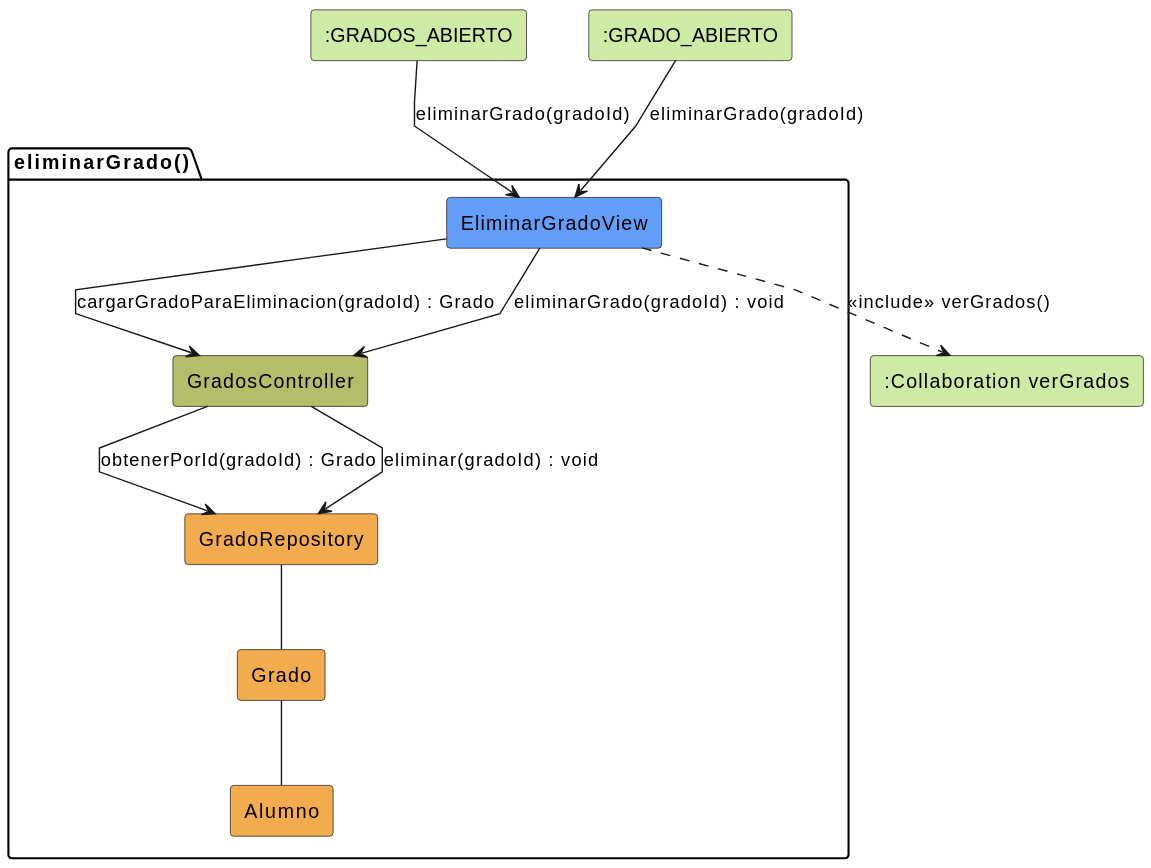
This is images/analisis/eliminarGrado/colaboracion.svg from martinlopez7/25-26-idsw2-sdVC, a PlantUML export, as it was before one commit.
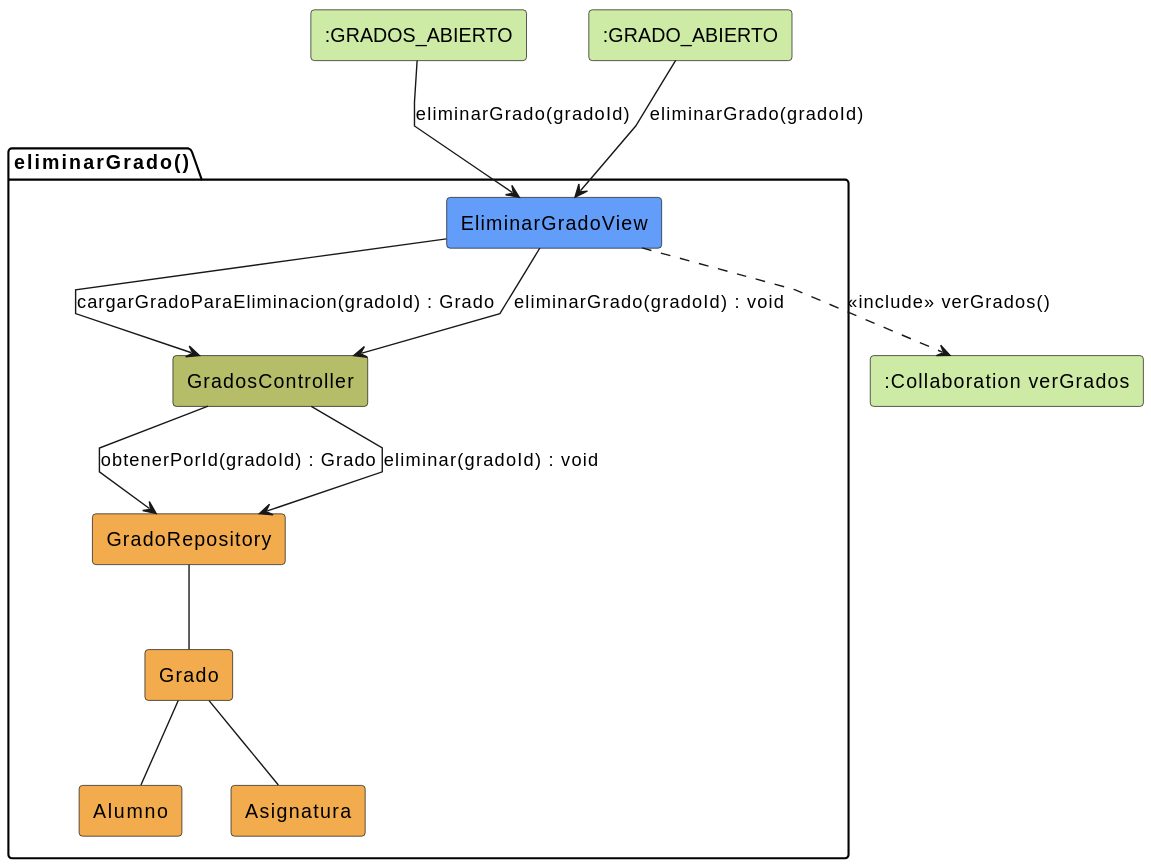
Above is the later version.

The edit, as a diff of the source:
```diff
@@ -11,6 +11,7 @@
     rectangle #F2AC4E GradoRepository
     rectangle #F2AC4E Grado
     rectangle #F2AC4E Alumno
+    rectangle #F2AC4E Asignatura
 }
 
 GradosAbierto --> EliminarGradoView: eliminarGrado(gradoId)
@@ -22,6 +23,7 @@
 
 GradoRepository -- Grado
 Grado -- Alumno
+Grado -- Asignatura
 
 EliminarGradoView --> GradosController: eliminarGrado(gradoId) : void
 
```
